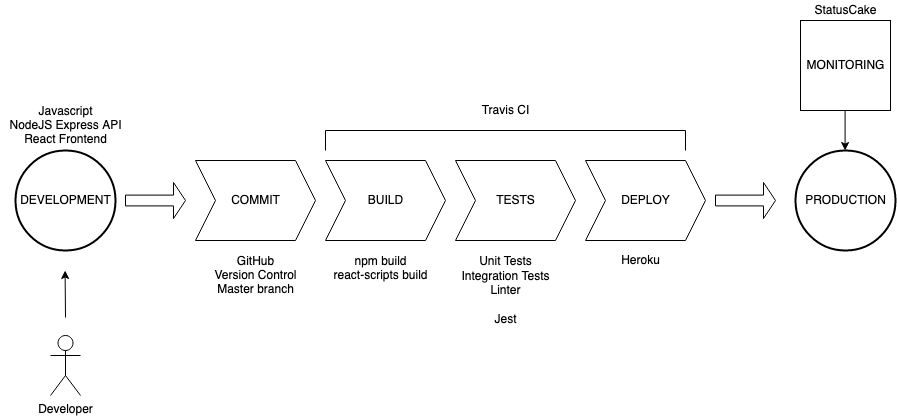
Above: docs/Process-Diagram.png in bartoszbialecki/tester-sample-app (draw.io), before the change. Source tidied: cells renumbered, new cells last; positions are measured from the earlier drawing's top-left corner, leaving out a move shared by most shapes. Its diagram source:
```xml
<mxGraphModel background="#ffffff">
  <root>
    <mxCell id="0" />
    <mxCell id="1" parent="0" />
    <mxCell id="2" style="strokeWidth=2;html=1;shape=mxgraph.flowchart.start_2;whiteSpace=wrap;" parent="1" vertex="1">
      <mxGeometry x="15" y="150" width="100" height="100" as="geometry" />
    </mxCell>
    <mxCell id="3" value="DEVELOPMENT" style="text;html=1;align=center;verticalAlign=middle;fillColor=none;strokeColor=none;rounded=0;" parent="1" vertex="1">
      <mxGeometry x="10" y="190" width="110" height="20" as="geometry" />
    </mxCell>
    <mxCell id="4" style="shape=step;perimeter=stepPerimeter;whiteSpace=wrap;html=1;fixedSize=1;" parent="1" vertex="1">
      <mxGeometry x="195" y="160" width="120" height="80" as="geometry" />
    </mxCell>
    <mxCell id="5" value="COMMIT" style="text;html=1;align=center;verticalAlign=middle;fillColor=none;strokeColor=none;rounded=0;" parent="1" vertex="1">
      <mxGeometry x="225" y="190" width="60" height="20" as="geometry" />
    </mxCell>
    <mxCell id="6" value="Developer" style="shape=umlActor;verticalLabelPosition=bottom;labelBackgroundColor=#ffffff;verticalAlign=top;html=1;" parent="1" vertex="1">
      <mxGeometry x="50" y="335" width="30" height="60" as="geometry" />
    </mxCell>
    <mxCell id="7" style="endArrow=classic;html=1;entryX=0.25;entryY=0.9;entryDx=0;entryDy=0;entryPerimeter=0;" parent="1" edge="1">
      <mxGeometry relative="1" as="geometry">
        <mxPoint x="65" y="317" as="sourcePoint" />
        <mxPoint x="64.6" y="270" as="targetPoint" />
      </mxGeometry>
    </mxCell>
    <mxCell id="8" style="shape=singleArrow;whiteSpace=wrap;html=1;" parent="1" vertex="1">
      <mxGeometry x="125" y="182" width="60" height="36" as="geometry" />
    </mxCell>
    <mxCell id="9" style="shape=step;perimeter=stepPerimeter;whiteSpace=wrap;html=1;fixedSize=1;" parent="1" vertex="1">
      <mxGeometry x="325" y="160" width="120" height="80" as="geometry" />
    </mxCell>
    <mxCell id="10" value="BUILD" style="text;html=1;align=center;verticalAlign=middle;fillColor=none;strokeColor=none;rounded=0;" parent="1" vertex="1">
      <mxGeometry x="360" y="190" width="50" height="20" as="geometry" />
    </mxCell>
    <mxCell id="11" value="&lt;div&gt;GitHub&lt;/div&gt;&lt;div&gt;Version Control&lt;br&gt;&lt;/div&gt;&lt;div&gt;Master branch&lt;br&gt;&lt;/div&gt;" style="text;html=1;align=center;verticalAlign=middle;fillColor=none;strokeColor=none;rounded=0;" parent="1" vertex="1">
      <mxGeometry x="205" y="250" width="100" height="50" as="geometry" />
    </mxCell>
    <mxCell id="12" style="shape=step;perimeter=stepPerimeter;whiteSpace=wrap;html=1;fixedSize=1;" parent="1" vertex="1">
      <mxGeometry x="455" y="160" width="120" height="80" as="geometry" />
    </mxCell>
    <mxCell id="13" value="TESTS" style="text;html=1;align=center;verticalAlign=middle;fillColor=none;strokeColor=none;rounded=0;" parent="1" vertex="1">
      <mxGeometry x="490" y="190" width="50" height="20" as="geometry" />
    </mxCell>
    <mxCell id="14" style="shape=step;perimeter=stepPerimeter;whiteSpace=wrap;html=1;fixedSize=1;" parent="1" vertex="1">
      <mxGeometry x="585" y="160" width="120" height="80" as="geometry" />
    </mxCell>
    <mxCell id="15" value="DEPLOY" style="text;html=1;align=center;verticalAlign=middle;fillColor=none;strokeColor=none;rounded=0;" parent="1" vertex="1">
      <mxGeometry x="615" y="190" width="60" height="20" as="geometry" />
    </mxCell>
    <mxCell id="16" style="shape=singleArrow;whiteSpace=wrap;html=1;" parent="1" vertex="1">
      <mxGeometry x="715" y="182" width="60" height="36" as="geometry" />
    </mxCell>
    <mxCell id="17" style="strokeWidth=2;html=1;shape=mxgraph.flowchart.start_2;whiteSpace=wrap;" parent="1" vertex="1">
      <mxGeometry x="795" y="150" width="100" height="100" as="geometry" />
    </mxCell>
    <mxCell id="18" value="PRODUCTION" style="text;html=1;align=center;verticalAlign=middle;fillColor=none;strokeColor=none;rounded=0;" parent="1" vertex="1">
      <mxGeometry x="795" y="190" width="100" height="20" as="geometry" />
    </mxCell>
    <mxCell id="19" style="shape=partialRectangle;whiteSpace=wrap;html=1;bottom=1;right=1;left=1;top=0;fillColor=none;routingCenterX=-0.5;rotation=-180;" parent="1" vertex="1">
      <mxGeometry x="325" y="130" width="360" height="20" as="geometry" />
    </mxCell>
    <mxCell id="20" value="Travis CI" style="text;html=1;align=center;verticalAlign=middle;fillColor=none;strokeColor=none;rounded=0;" parent="1" vertex="1">
      <mxGeometry x="475" y="100" width="60" height="20" as="geometry" />
    </mxCell>
    <mxCell id="21" value="Heroku" style="text;html=1;align=center;verticalAlign=middle;fillColor=none;strokeColor=none;rounded=0;" parent="1" vertex="1">
      <mxGeometry x="615" y="250" width="50" height="20" as="geometry" />
    </mxCell>
    <mxCell id="22" style="whiteSpace=wrap;html=1;" parent="1" vertex="1">
      <mxGeometry x="800" y="20" width="90" height="90" as="geometry" />
    </mxCell>
    <mxCell id="23" value="MONITORING" style="text;html=1;align=center;verticalAlign=middle;fillColor=none;strokeColor=none;rounded=0;" parent="1" vertex="1">
      <mxGeometry x="800" y="55" width="90" height="20" as="geometry" />
    </mxCell>
    <mxCell id="24" style="endArrow=classic;html=1;" parent="1" edge="1">
      <mxGeometry relative="1" as="geometry">
        <mxPoint x="844.6" y="110" as="sourcePoint" />
        <mxPoint x="844.6" y="150" as="targetPoint" />
      </mxGeometry>
    </mxCell>
    <mxCell id="25" value="&lt;div&gt;Javascript&lt;/div&gt;&lt;div&gt;NodeJS Express API&lt;/div&gt;&lt;div&gt;React Frontend&lt;br&gt;&lt;/div&gt;" style="text;html=1;align=center;verticalAlign=middle;fillColor=none;strokeColor=none;rounded=0;" parent="1" vertex="1">
      <mxGeometry y="100" width="130" height="50" as="geometry" />
    </mxCell>
    <mxCell id="26" value="&lt;div&gt;npm build&lt;/div&gt;&lt;div&gt;react-scripts build&lt;br&gt;&lt;/div&gt;" style="text;html=1;align=center;verticalAlign=middle;fillColor=none;strokeColor=none;rounded=0;" parent="1" vertex="1">
      <mxGeometry x="325" y="253" width="110" height="30" as="geometry" />
    </mxCell>
    <mxCell id="27" value="&lt;div&gt;Unit Tests&lt;/div&gt;&lt;div&gt;Integration Tests&lt;/div&gt;&lt;div&gt;Linter&lt;/div&gt;&lt;div&gt;&lt;br&gt;&lt;/div&gt;&lt;div&gt;Jest&lt;br&gt;&lt;/div&gt;" style="text;html=1;align=center;verticalAlign=middle;fillColor=none;strokeColor=none;rounded=0;" parent="1" vertex="1">
      <mxGeometry x="455" y="250" width="100" height="80" as="geometry" />
    </mxCell>
    <mxCell id="28" value="StatusCake" style="text;html=1;align=center;verticalAlign=middle;fillColor=none;strokeColor=none;rounded=0;" parent="1" vertex="1">
      <mxGeometry x="805" width="80" height="20" as="geometry" />
    </mxCell>
  </root>
</mxGraphModel>
```
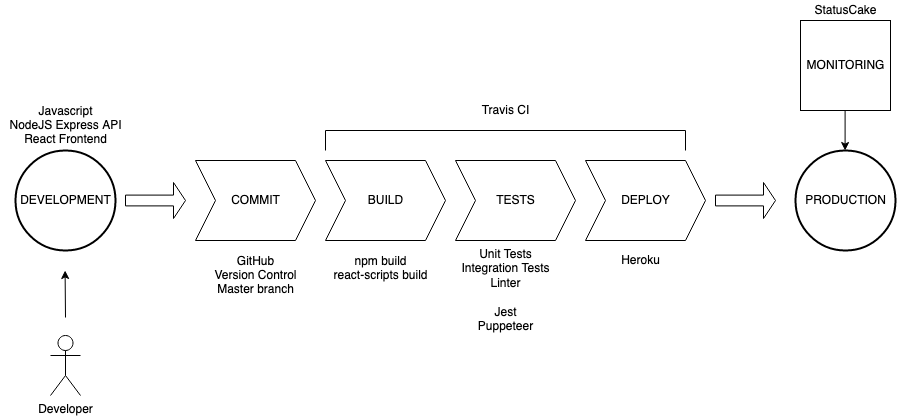
The same file after the commit.

Diff of the diagram source:
```diff
@@ -83,8 +83,8 @@
     <mxCell id="26" value="&lt;div&gt;npm build&lt;/div&gt;&lt;div&gt;react-scripts build&lt;br&gt;&lt;/div&gt;" style="text;html=1;align=center;verticalAlign=middle;fillColor=none;strokeColor=none;rounded=0;" parent="1" vertex="1">
       <mxGeometry x="325" y="253" width="110" height="30" as="geometry" />
     </mxCell>
-    <mxCell id="27" value="&lt;div&gt;Unit Tests&lt;/div&gt;&lt;div&gt;Integration Tests&lt;/div&gt;&lt;div&gt;Linter&lt;/div&gt;&lt;div&gt;&lt;br&gt;&lt;/div&gt;&lt;div&gt;Jest&lt;br&gt;&lt;/div&gt;" style="text;html=1;align=center;verticalAlign=middle;fillColor=none;strokeColor=none;rounded=0;" parent="1" vertex="1">
-      <mxGeometry x="455" y="250" width="100" height="80" as="geometry" />
+    <mxCell id="27" value="&lt;div&gt;Unit Tests&lt;/div&gt;&lt;div&gt;Integration Tests&lt;/div&gt;&lt;div&gt;Linter&lt;/div&gt;&lt;div&gt;&lt;br&gt;&lt;/div&gt;&lt;div&gt;Jest&lt;/div&gt;&lt;div&gt;Puppeteer&lt;br&gt;&lt;/div&gt;" style="text;html=1;align=center;verticalAlign=middle;fillColor=none;strokeColor=none;rounded=0;" parent="1" vertex="1">
+      <mxGeometry x="455" y="245" width="100" height="90" as="geometry" />
     </mxCell>
     <mxCell id="28" value="StatusCake" style="text;html=1;align=center;verticalAlign=middle;fillColor=none;strokeColor=none;rounded=0;" parent="1" vertex="1">
       <mxGeometry x="805" width="80" height="20" as="geometry" />
```
